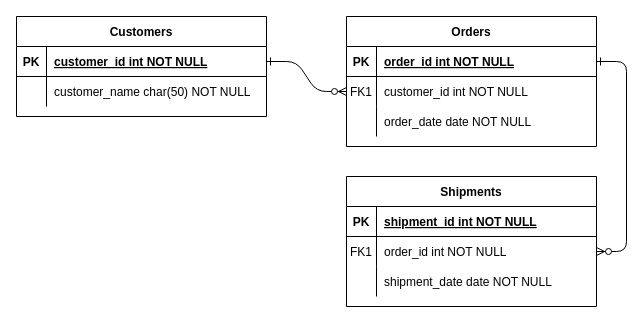
Above: 名称未設定ファイル.drawio in shuheitachikawa/db_design (draw.io), before the change. Source tidied: cells renumbered, new cells numbered last; positions are measured from the earlier drawing's top-left corner, leaving out a move shared by most shapes. Both pictures are drawn from the tidied source at 100%, with x=0, y=0 at pixel (16, 16).
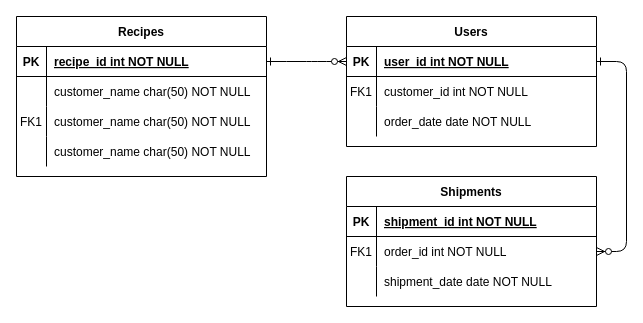
Above is the later version.

Commit message:
名称未設定ファイル.drawio を更新します

Unchanged cells that the change refers to:
```xml
<mxCell id="5" style="shape=partialRectangle;fillColor=none;points=[[0,0.5],[1,0.5]];portConstraint=eastwest;top=0;left=0;right=0;bottom=1;" parent="4" vertex="1">
  <mxGeometry y="30" width="250" height="30" as="geometry" />
</mxCell>
<mxCell id="8" style="shape=partialRectangle;fillColor=none;points=[[0,0.5],[1,0.5]];portConstraint=eastwest;top=0;left=0;right=0;bottom=0;" parent="4" vertex="1">
  <mxGeometry y="60" width="250" height="30" as="geometry" />
</mxCell>
<mxCell id="25" style="shape=partialRectangle;fillColor=none;points=[[0,0.5],[1,0.5]];portConstraint=eastwest;top=0;left=0;right=0;bottom=1;" parent="24" vertex="1">
  <mxGeometry y="30" width="250" height="30" as="geometry" />
</mxCell>
```

What changed in the source:
```diff
@@
-    <mxCell id="2" style="edgeStyle=entityRelationEdgeStyle;endArrow=ERzeroToMany;startArrow=ERone;endFill=1;startFill=0;" parent="1" edge="1" source="25" target="8">
+    <mxCell id="2" style="edgeStyle=entityRelationEdgeStyle;endArrow=ERzeroToMany;startArrow=ERone;endFill=1;startFill=0;entryX=0;entryY=0.5;entryDx=0;entryDy=0;" parent="1" edge="1" source="25" target="5">
       <mxGeometry relative="1" as="geometry" />
     </mxCell>
@@
-    <mxCell id="4" value="Orders" style="shape=table;startSize=30;childLayout=tableLayout;rowLines=0;fontStyle=1;align=center;" parent="1" vertex="1">
+    <mxCell id="4" value="Users" style="shape=table;startSize=30;childLayout=tableLayout;rowLines=0;fontStyle=1;align=center;" parent="1" vertex="1">
       <mxGeometry x="330" width="250" height="130" as="geometry" />
     </mxCell>
@@
-    <mxCell id="7" value="order_id int NOT NULL " style="shape=partialRectangle;overflow=hidden;fillColor=none;top=0;left=0;bottom=0;right=0;align=left;spacingLeft=6;fontStyle=5;" parent="5" vertex="1">
+    <mxCell id="7" value="user_id int NOT NULL " style="shape=partialRectangle;overflow=hidden;fillColor=none;top=0;left=0;bottom=0;right=0;align=left;spacingLeft=6;fontStyle=5;" parent="5" vertex="1">
       <mxGeometry x="30" width="220" height="30" as="geometry" />
     </mxCell>
@@
-    <mxCell id="24" value="Customers" style="shape=table;startSize=30;childLayout=tableLayout;rowLines=0;fontStyle=1;align=center;" parent="1" vertex="1">
-      <mxGeometry width="250" height="100" as="geometry" />
+    <mxCell id="24" value="Recipes" style="shape=table;startSize=30;childLayout=tableLayout;rowLines=0;fontStyle=1;align=center;" parent="1" vertex="1">
+      <mxGeometry width="250" height="160" as="geometry" />
     </mxCell>
@@
-    <mxCell id="27" value="customer_id int NOT NULL " style="shape=partialRectangle;overflow=hidden;fillColor=none;top=0;left=0;bottom=0;right=0;align=left;spacingLeft=6;fontStyle=5;" parent="25" vertex="1">
+    <mxCell id="27" value="recipe_id int NOT NULL " style="shape=partialRectangle;overflow=hidden;fillColor=none;top=0;left=0;bottom=0;right=0;align=left;spacingLeft=6;fontStyle=5;" parent="25" vertex="1">
       <mxGeometry x="30" width="220" height="30" as="geometry" />
     </mxCell>
+    <mxCell id="31" style="shape=partialRectangle;fillColor=none;top=0;left=0;right=0;bottom=0;" parent="24" vertex="1">
+      <mxGeometry y="60" width="250" height="30" as="geometry" />
+    </mxCell>
+    <mxCell id="32" style="shape=partialRectangle;overflow=hidden;fillColor=none;top=0;left=0;bottom=0;right=0;" parent="31" vertex="1">
+      <mxGeometry width="30" height="30" as="geometry" />
+    </mxCell>
+    <mxCell id="33" value="customer_name char(50) NOT NULL" style="shape=partialRectangle;overflow=hidden;fillColor=none;top=0;left=0;bottom=0;right=0;align=left;spacingLeft=6;" parent="31" vertex="1">
+      <mxGeometry x="30" width="220" height="30" as="geometry" />
+    </mxCell>
+    <mxCell id="34" style="shape=partialRectangle;fillColor=none;top=0;left=0;right=0;bottom=0;" parent="24" vertex="1">
+      <mxGeometry y="90" width="250" height="30" as="geometry" />
+    </mxCell>
+    <mxCell id="35" value="FK1" style="shape=partialRectangle;overflow=hidden;fillColor=none;top=0;left=0;bottom=0;right=0;" parent="34" vertex="1">
+      <mxGeometry width="30" height="30" as="geometry" />
+    </mxCell>
+    <mxCell id="36" value="customer_name char(50) NOT NULL" style="shape=partialRectangle;overflow=hidden;fillColor=none;top=0;left=0;bottom=0;right=0;align=left;spacingLeft=6;" parent="34" vertex="1">
+      <mxGeometry x="30" width="220" height="30" as="geometry" />
+    </mxCell>
     <mxCell id="28" style="shape=partialRectangle;fillColor=none;top=0;left=0;right=0;bottom=0;" parent="24" vertex="1">
-      <mxGeometry y="60" width="250" height="30" as="geometry" />
+      <mxGeometry y="120" width="250" height="30" as="geometry" />
     </mxCell>
```
